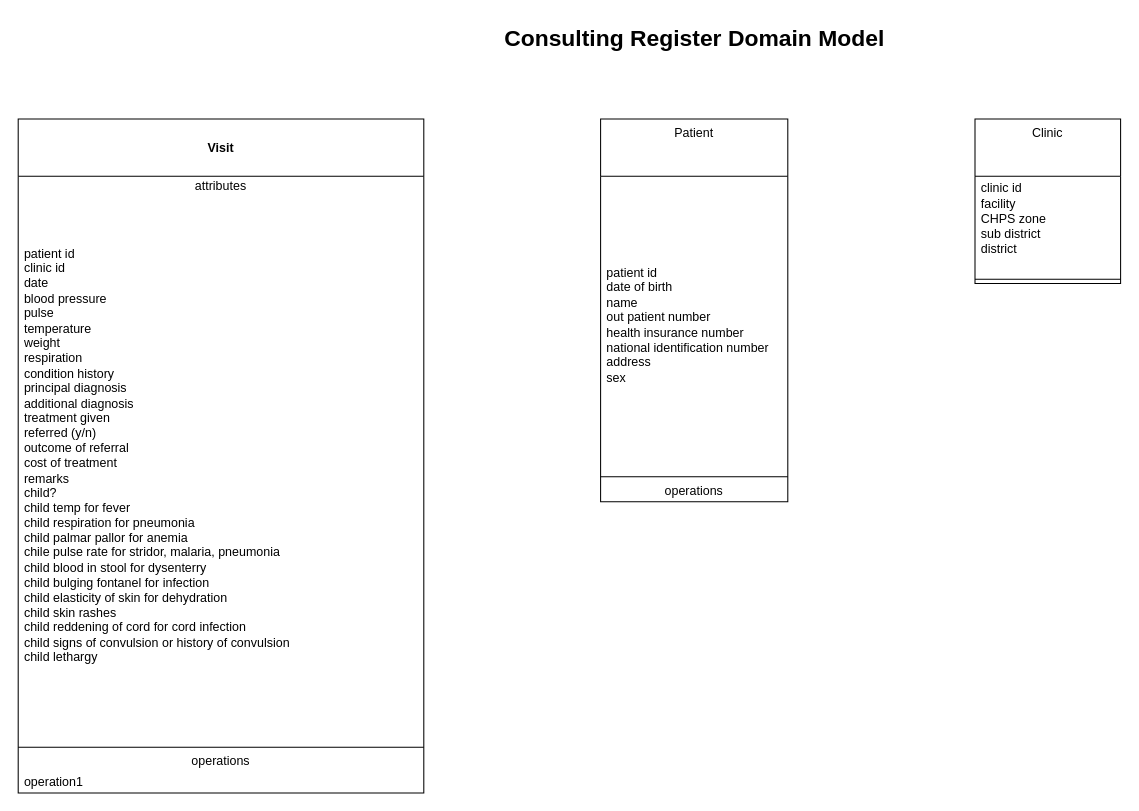
This is archive/iteration_1/domain_model.drawio from wyattmccurdy12/Consulting-Register-COS-420, a draw.io file, before an edit. Source tidied: cells renumbered, new cells numbered last; positions are measured from the earlier drawing's top-left corner, leaving out a move shared by most shapes. Both pictures are drawn from the tidied source at 104%, with x=0, y=0 at pixel (18, 18).
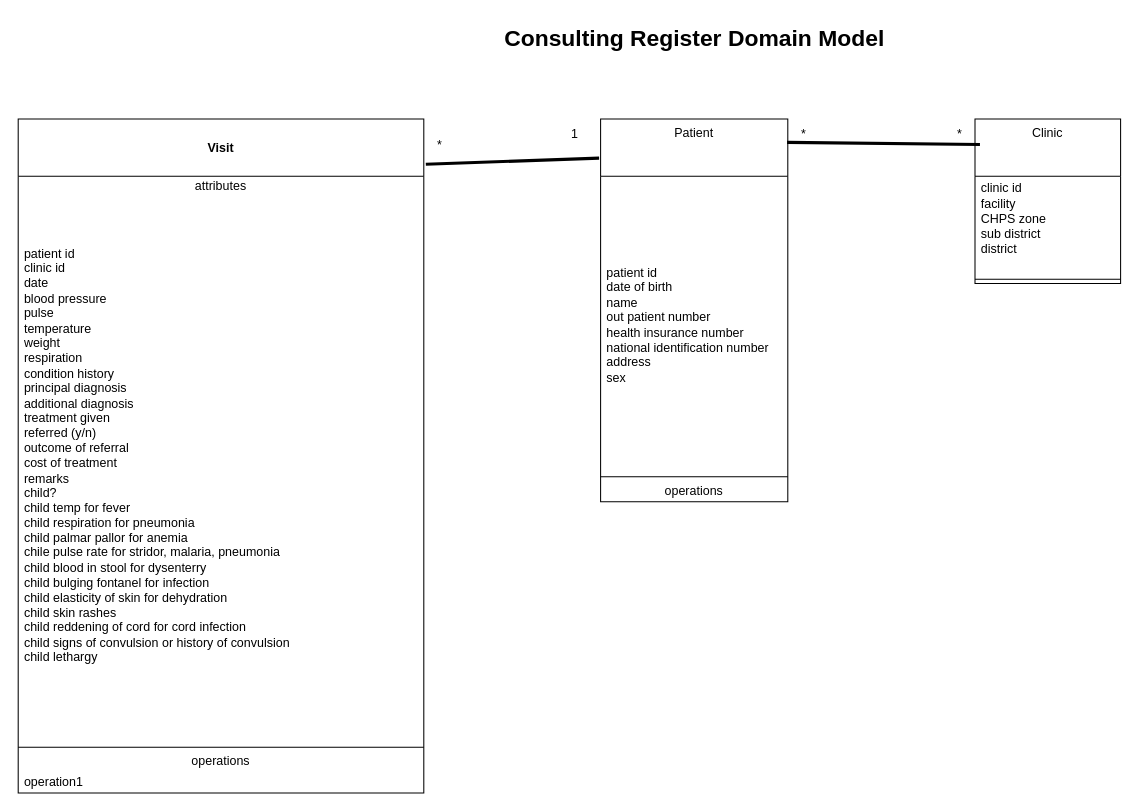
Above is the later version.

Commit message:
add diagram connections

Unchanged cells that the change refers to:
```xml
<mxCell id="2" value="Patient" style="swimlane;fontStyle=0;align=center;verticalAlign=top;horizontal=1;startSize=55;html=1;whiteSpace=wrap;" parent="1" vertex="1">
  <mxGeometry x="560" y="97" width="180" height="368" as="geometry" />
</mxCell>
<mxCell id="10" value="&lt;br&gt;&lt;b&gt;Visit&lt;/b&gt;" style="swimlane;fontStyle=0;align=center;verticalAlign=top;horizontal=1;startSize=55;html=1;whiteSpace=wrap;" parent="1" vertex="1">
  <mxGeometry y="97" width="390" height="648" as="geometry" />
</mxCell>
```

Diff of the diagram source:
```diff
@@
+    <mxCell id="16" style="endArrow=none;startArrow=none;endFill=0;startFill=0;endSize=8;html=1;verticalAlign=bottom;labelBackgroundColor=none;strokeWidth=3;exitX=1.005;exitY=0.067;exitDx=0;exitDy=0;exitPerimeter=0;entryX=-0.008;entryY=0.102;entryDx=0;entryDy=0;entryPerimeter=0;" parent="1" edge="1" source="10" target="2">
+      <mxGeometry relative="1" as="geometry" />
+    </mxCell>
+    <mxCell id="17" value="*" style="text;html=1;align=center;verticalAlign=middle;strokeColor=none;fillColor=none;" parent="1" vertex="1">
+      <mxGeometry x="390" y="107" width="30" height="30" as="geometry" />
+    </mxCell>
+    <mxCell id="18" value="1" style="text;html=1;align=center;verticalAlign=middle;strokeColor=none;fillColor=none;" parent="1" vertex="1">
+      <mxGeometry x="520" y="97" width="30" height="30" as="geometry" />
+    </mxCell>
+    <mxCell id="19" value="*" style="text;html=1;align=center;verticalAlign=middle;points=[];strokeColor=none;fillColor=none;" parent="1" vertex="1">
+      <mxGeometry x="890" y="97" width="30" height="30" as="geometry" />
+    </mxCell>
+    <mxCell id="20" value="*" style="text;html=1;align=center;verticalAlign=middle;strokeColor=none;fillColor=none;" parent="1" vertex="1">
+      <mxGeometry x="740" y="97" width="30" height="30" as="geometry" />
+    </mxCell>
+    <mxCell id="21" style="endArrow=none;startArrow=none;endFill=0;startFill=0;endSize=8;html=1;verticalAlign=bottom;labelBackgroundColor=none;strokeWidth=3;exitX=0.996;exitY=0.061;exitDx=0;exitDy=0;exitPerimeter=0;entryX=1.159;entryY=0.814;entryDx=0;entryDy=0;entryPerimeter=0;" parent="1" edge="1" source="2" target="19">
+      <mxGeometry relative="1" as="geometry" />
+    </mxCell>
```
